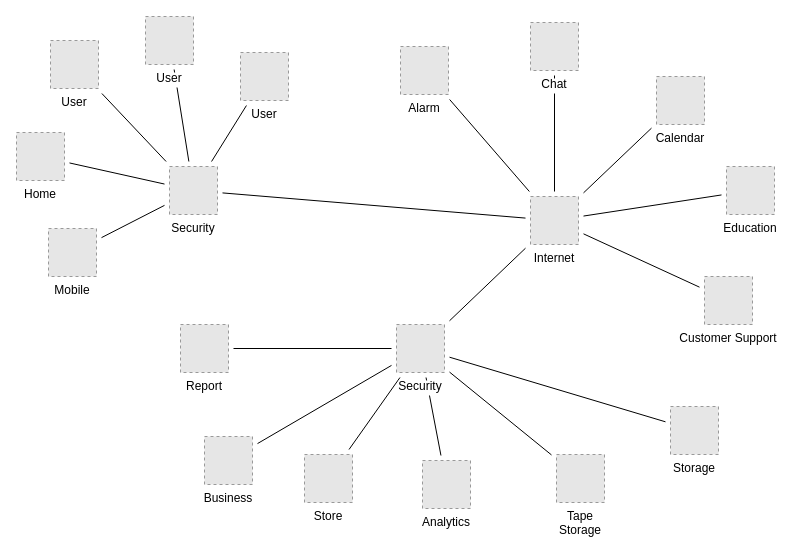
Earlier version of the draw.io diagram Diagrama sem nome.drawio (TrueFinal/topologies). Source tidied: cells renumbered, new cells numbered last; positions are measured from the earlier drawing's top-left corner, leaving out a move shared by most shapes. Both pictures are drawn from the tidied source at 100%, with x=0, y=0 at pixel (16, 16). Pictures stored in the file or linked from it are replaced by grey dashed boxes.
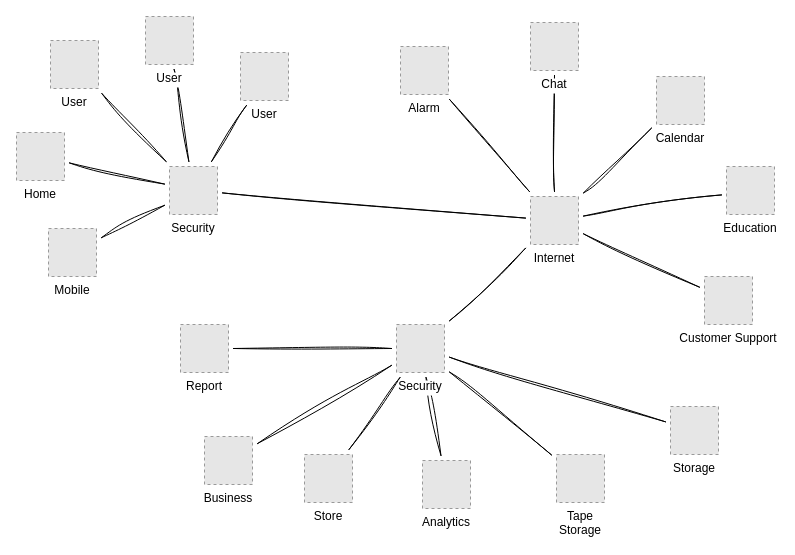
The same diagram, later.

Unchanged cells that the change refers to:
```xml
<mxCell id="20" value="Tape&#10;Storage" style="fillColor=#E6E6E6;strokeColor=#999999;dashed=1;verticalLabelPosition=bottom;verticalAlign=top;labelBackgroundColor=#ffffff;" parent="1" vertex="1">
  <mxGeometry x="540" y="438" width="48" height="48" as="geometry" />
</mxCell>
<mxCell id="21" value="Mobile" style="fillColor=#E6E6E6;strokeColor=#999999;dashed=1;verticalLabelPosition=bottom;verticalAlign=top;labelBackgroundColor=#ffffff;" parent="1" vertex="1">
  <mxGeometry x="32" y="212" width="48" height="48" as="geometry" />
</mxCell>
<mxCell id="22" value="Chat" style="fillColor=#E6E6E6;strokeColor=#999999;dashed=1;verticalLabelPosition=bottom;verticalAlign=top;labelBackgroundColor=#ffffff;" parent="1" vertex="1">
  <mxGeometry x="514" y="6" width="48" height="48" as="geometry" />
</mxCell>
<mxCell id="23" value="Customer Support" style="fillColor=#E6E6E6;strokeColor=#999999;dashed=1;verticalLabelPosition=bottom;verticalAlign=top;labelBackgroundColor=#ffffff;" parent="1" vertex="1">
  <mxGeometry x="688" y="260" width="48" height="48" as="geometry" />
</mxCell>
<mxCell id="24" value="Home" style="fillColor=#E6E6E6;strokeColor=#999999;dashed=1;verticalLabelPosition=bottom;verticalAlign=top;labelBackgroundColor=#ffffff;" parent="1" vertex="1">
  <mxGeometry y="116" width="48" height="48" as="geometry" />
</mxCell>
<mxCell id="25" value="Education" style="fillColor=#E6E6E6;strokeColor=#999999;dashed=1;verticalLabelPosition=bottom;verticalAlign=top;labelBackgroundColor=#ffffff;" parent="1" vertex="1">
  <mxGeometry x="710" y="150" width="48" height="48" as="geometry" />
</mxCell>
<mxCell id="26" value="Alarm" style="fillColor=#E6E6E6;strokeColor=#999999;dashed=1;verticalLabelPosition=bottom;verticalAlign=top;labelBackgroundColor=#ffffff;" parent="1" vertex="1">
  <mxGeometry x="384" y="30" width="48" height="48" as="geometry" />
</mxCell>
<mxCell id="27" value="Business" style="fillColor=#E6E6E6;strokeColor=#999999;dashed=1;verticalLabelPosition=bottom;verticalAlign=top;labelBackgroundColor=#ffffff;" parent="1" vertex="1">
  <mxGeometry x="188" y="420" width="48" height="48" as="geometry" />
</mxCell>
<mxCell id="28" value="Report" style="fillColor=#E6E6E6;strokeColor=#999999;dashed=1;verticalLabelPosition=bottom;verticalAlign=top;labelBackgroundColor=#ffffff;" parent="1" vertex="1">
  <mxGeometry x="164" y="308" width="48" height="48" as="geometry" />
</mxCell>
<mxCell id="29" value="Storage" style="fillColor=#E6E6E6;strokeColor=#999999;dashed=1;verticalLabelPosition=bottom;verticalAlign=top;labelBackgroundColor=#ffffff;" parent="1" vertex="1">
  <mxGeometry x="654" y="390" width="48" height="48" as="geometry" />
</mxCell>
<mxCell id="30" value="Internet" style="fillColor=#E6E6E6;strokeColor=#999999;dashed=1;verticalLabelPosition=bottom;verticalAlign=top;labelBackgroundColor=#ffffff;" parent="1" vertex="1">
  <mxGeometry x="514" y="180" width="48" height="48" as="geometry" />
</mxCell>
<mxCell id="31" value="Security" style="fillColor=#E6E6E6;strokeColor=#999999;dashed=1;verticalLabelPosition=bottom;verticalAlign=top;labelBackgroundColor=#ffffff;" parent="1" vertex="1">
  <mxGeometry x="153" y="150" width="48" height="48" as="geometry" />
</mxCell>
<mxCell id="32" value="Calendar" style="fillColor=#E6E6E6;strokeColor=#999999;dashed=1;verticalLabelPosition=bottom;verticalAlign=top;labelBackgroundColor=#ffffff;" parent="1" vertex="1">
  <mxGeometry x="640" y="60" width="48" height="48" as="geometry" />
</mxCell>
<mxCell id="33" value="Analytics" style="fillColor=#E6E6E6;strokeColor=#999999;dashed=1;verticalLabelPosition=bottom;verticalAlign=top;labelBackgroundColor=#ffffff;" parent="1" vertex="1">
  <mxGeometry x="406" y="444" width="48" height="48" as="geometry" />
</mxCell>
<mxCell id="34" value="Store" style="fillColor=#E6E6E6;strokeColor=#999999;dashed=1;verticalLabelPosition=bottom;verticalAlign=top;labelBackgroundColor=#ffffff;" parent="1" vertex="1">
  <mxGeometry x="288" y="438" width="48" height="48" as="geometry" />
</mxCell>
<mxCell id="35" value="User" style="fillColor=#E6E6E6;strokeColor=#999999;dashed=1;verticalLabelPosition=bottom;verticalAlign=top;labelBackgroundColor=#ffffff;" parent="1" vertex="1">
  <mxGeometry x="34" y="24" width="48" height="48" as="geometry" />
</mxCell>
<mxCell id="36" value="User" style="fillColor=#E6E6E6;strokeColor=#999999;dashed=1;verticalLabelPosition=bottom;verticalAlign=top;labelBackgroundColor=#ffffff;" parent="1" vertex="1">
  <mxGeometry x="224" y="36" width="48" height="48" as="geometry" />
</mxCell>
<mxCell id="37" value="User" style="fillColor=#E6E6E6;strokeColor=#999999;dashed=1;verticalLabelPosition=bottom;verticalAlign=top;labelBackgroundColor=#ffffff;" parent="1" vertex="1">
  <mxGeometry x="129" width="48" height="48" as="geometry" />
</mxCell>
<mxCell id="38" value="Security" style="fillColor=#E6E6E6;strokeColor=#999999;dashed=1;verticalLabelPosition=bottom;verticalAlign=top;labelBackgroundColor=#ffffff;" parent="1" vertex="1">
  <mxGeometry x="380" y="308" width="48" height="48" as="geometry" />
</mxCell>
```

Diff of the diagram source:
```diff
@@
-    <mxCell id="2" style="edgeStyle=none;rounded=0;jettySize=auto;html=1;sourcePerimeterSpacing=5;endArrow=none;endFill=0;targetPerimeterSpacing=5;" parent="1" edge="1" source="21" target="31">
+    <mxCell id="2" style="edgeStyle=none;rounded=0;jettySize=auto;html=1;sourcePerimeterSpacing=5;endArrow=none;endFill=0;targetPerimeterSpacing=5;sketch=1;curveFitting=1;jiggle=2;" parent="1" edge="1" source="21" target="31">
       <mxGeometry relative="1" as="geometry" />
     </mxCell>
-    <mxCell id="3" style="edgeStyle=none;rounded=0;jettySize=auto;html=1;sourcePerimeterSpacing=5;endArrow=none;endFill=0;targetPerimeterSpacing=5;" parent="1" edge="1" source="24" target="31">
+    <mxCell id="3" style="edgeStyle=none;rounded=0;jettySize=auto;html=1;sourcePerimeterSpacing=5;endArrow=none;endFill=0;targetPerimeterSpacing=5;sketch=1;curveFitting=1;jiggle=2;" parent="1" edge="1" source="24" target="31">
       <mxGeometry relative="1" as="geometry" />
     </mxCell>
-    <mxCell id="4" style="edgeStyle=none;rounded=0;jettySize=auto;html=1;sourcePerimeterSpacing=5;endArrow=none;endFill=0;targetPerimeterSpacing=5;" parent="1" edge="1" source="30" target="26">
+    <mxCell id="4" style="edgeStyle=none;rounded=0;jettySize=auto;html=1;sourcePerimeterSpacing=5;endArrow=none;endFill=0;targetPerimeterSpacing=5;sketch=1;curveFitting=1;jiggle=2;" parent="1" edge="1" source="30" target="26">
       <mxGeometry relative="1" as="geometry" />
     </mxCell>
-    <mxCell id="5" style="edgeStyle=none;rounded=0;jettySize=auto;html=1;sourcePerimeterSpacing=5;endArrow=none;endFill=0;targetPerimeterSpacing=5;" parent="1" edge="1" source="30" target="22">
+    <mxCell id="5" style="edgeStyle=none;rounded=0;jettySize=auto;html=1;sourcePerimeterSpacing=5;endArrow=none;endFill=0;targetPerimeterSpacing=5;sketch=1;curveFitting=1;jiggle=2;" parent="1" edge="1" source="30" target="22">
       <mxGeometry relative="1" as="geometry" />
     </mxCell>
-    <mxCell id="6" style="edgeStyle=none;rounded=0;jettySize=auto;html=1;sourcePerimeterSpacing=5;endArrow=none;endFill=0;targetPerimeterSpacing=5;" parent="1" edge="1" source="30" target="32">
+    <mxCell id="6" style="edgeStyle=none;rounded=0;jettySize=auto;html=1;sourcePerimeterSpacing=5;endArrow=none;endFill=0;targetPerimeterSpacing=5;sketch=1;curveFitting=1;jiggle=2;" parent="1" edge="1" source="30" target="32">
       <mxGeometry relative="1" as="geometry" />
     </mxCell>
-    <mxCell id="7" style="edgeStyle=none;rounded=0;jettySize=auto;html=1;sourcePerimeterSpacing=5;endArrow=none;endFill=0;targetPerimeterSpacing=5;" parent="1" edge="1" source="30" target="25">
+    <mxCell id="7" style="edgeStyle=none;rounded=0;jettySize=auto;html=1;sourcePerimeterSpacing=5;endArrow=none;endFill=0;targetPerimeterSpacing=5;sketch=1;curveFitting=1;jiggle=2;" parent="1" edge="1" source="30" target="25">
       <mxGeometry relative="1" as="geometry" />
     </mxCell>
-    <mxCell id="8" style="edgeStyle=none;rounded=0;jettySize=auto;html=1;sourcePerimeterSpacing=5;endArrow=none;endFill=0;targetPerimeterSpacing=5;" parent="1" edge="1" source="30" target="23">
+    <mxCell id="8" style="edgeStyle=none;rounded=0;jettySize=auto;html=1;sourcePerimeterSpacing=5;endArrow=none;endFill=0;targetPerimeterSpacing=5;sketch=1;curveFitting=1;jiggle=2;" parent="1" edge="1" source="30" target="23">
       <mxGeometry relative="1" as="geometry" />
     </mxCell>
-    <mxCell id="9" style="edgeStyle=none;rounded=0;jettySize=auto;html=1;sourcePerimeterSpacing=5;endArrow=none;endFill=0;targetPerimeterSpacing=5;" parent="1" edge="1" source="30" target="38">
+    <mxCell id="9" style="edgeStyle=none;rounded=0;jettySize=auto;html=1;sourcePerimeterSpacing=5;endArrow=none;endFill=0;targetPerimeterSpacing=5;sketch=1;curveFitting=1;jiggle=2;" parent="1" edge="1" source="30" target="38">
       <mxGeometry relative="1" as="geometry" />
     </mxCell>
-    <mxCell id="10" style="edgeStyle=none;rounded=0;jettySize=auto;html=1;sourcePerimeterSpacing=5;endArrow=none;endFill=0;targetPerimeterSpacing=5;" parent="1" edge="1" source="31" target="30">
+    <mxCell id="10" style="edgeStyle=none;rounded=0;jettySize=auto;html=1;sourcePerimeterSpacing=5;endArrow=none;endFill=0;targetPerimeterSpacing=5;sketch=1;curveFitting=1;jiggle=2;" parent="1" edge="1" source="31" target="30">
       <mxGeometry relative="1" as="geometry" />
     </mxCell>
-    <mxCell id="11" style="edgeStyle=none;rounded=0;jettySize=auto;html=1;sourcePerimeterSpacing=5;endArrow=none;endFill=0;targetPerimeterSpacing=5;" parent="1" edge="1" source="35" target="31">
+    <mxCell id="11" style="edgeStyle=none;rounded=0;jettySize=auto;html=1;sourcePerimeterSpacing=5;endArrow=none;endFill=0;targetPerimeterSpacing=5;sketch=1;curveFitting=1;jiggle=2;" parent="1" edge="1" source="35" target="31">
       <mxGeometry relative="1" as="geometry" />
     </mxCell>
-    <mxCell id="12" style="rounded=0;jettySize=auto;html=1;endArrow=none;endFill=0;sourcePerimeterSpacing=5;targetPerimeterSpacing=5;" parent="1" edge="1" source="36" target="31">
+    <mxCell id="12" style="rounded=0;jettySize=auto;html=1;endArrow=none;endFill=0;sourcePerimeterSpacing=5;targetPerimeterSpacing=5;sketch=1;curveFitting=1;jiggle=2;" parent="1" edge="1" source="36" target="31">
       <mxGeometry relative="1" as="geometry" />
     </mxCell>
-    <mxCell id="13" style="edgeStyle=none;rounded=0;jettySize=auto;html=1;sourcePerimeterSpacing=5;endArrow=none;endFill=0;targetPerimeterSpacing=5;" parent="1" edge="1" source="37" target="31">
+    <mxCell id="13" style="edgeStyle=none;rounded=0;jettySize=auto;html=1;sourcePerimeterSpacing=5;endArrow=none;endFill=0;targetPerimeterSpacing=5;sketch=1;curveFitting=1;jiggle=2;" parent="1" edge="1" source="37" target="31">
       <mxGeometry relative="1" as="geometry" />
     </mxCell>
-    <mxCell id="14" style="edgeStyle=none;rounded=0;jettySize=auto;html=1;sourcePerimeterSpacing=5;endArrow=none;endFill=0;targetPerimeterSpacing=5;" parent="1" edge="1" source="38" target="28">
+    <mxCell id="14" style="edgeStyle=none;rounded=0;jettySize=auto;html=1;sourcePerimeterSpacing=5;endArrow=none;endFill=0;targetPerimeterSpacing=5;sketch=1;curveFitting=1;jiggle=2;" parent="1" edge="1" source="38" target="28">
       <mxGeometry relative="1" as="geometry" />
     </mxCell>
-    <mxCell id="15" style="edgeStyle=none;rounded=0;jettySize=auto;html=1;sourcePerimeterSpacing=5;endArrow=none;endFill=0;targetPerimeterSpacing=5;" parent="1" edge="1" source="38" target="27">
+    <mxCell id="15" style="edgeStyle=none;rounded=0;jettySize=auto;html=1;sourcePerimeterSpacing=5;endArrow=none;endFill=0;targetPerimeterSpacing=5;sketch=1;curveFitting=1;jiggle=2;" parent="1" edge="1" source="38" target="27">
       <mxGeometry relative="1" as="geometry" />
     </mxCell>
-    <mxCell id="16" style="edgeStyle=none;rounded=0;jettySize=auto;html=1;sourcePerimeterSpacing=5;endArrow=none;endFill=0;targetPerimeterSpacing=5;" parent="1" edge="1" source="38" target="34">
+    <mxCell id="16" style="edgeStyle=none;rounded=0;jettySize=auto;html=1;sourcePerimeterSpacing=5;endArrow=none;endFill=0;targetPerimeterSpacing=5;sketch=1;curveFitting=1;jiggle=2;" parent="1" edge="1" source="38" target="34">
       <mxGeometry relative="1" as="geometry" />
     </mxCell>
-    <mxCell id="17" style="edgeStyle=none;rounded=0;jettySize=auto;html=1;sourcePerimeterSpacing=5;endArrow=none;endFill=0;targetPerimeterSpacing=5;" parent="1" edge="1" source="38" target="33">
+    <mxCell id="17" style="edgeStyle=none;rounded=0;jettySize=auto;html=1;sourcePerimeterSpacing=5;endArrow=none;endFill=0;targetPerimeterSpacing=5;sketch=1;curveFitting=1;jiggle=2;" parent="1" edge="1" source="38" target="33">
       <mxGeometry relative="1" as="geometry" />
     </mxCell>
-    <mxCell id="18" style="edgeStyle=none;rounded=0;jettySize=auto;html=1;sourcePerimeterSpacing=5;endArrow=none;endFill=0;targetPerimeterSpacing=5;" parent="1" edge="1" source="38" target="20">
+    <mxCell id="18" style="edgeStyle=none;rounded=0;jettySize=auto;html=1;sourcePerimeterSpacing=5;endArrow=none;endFill=0;targetPerimeterSpacing=5;sketch=1;curveFitting=1;jiggle=2;" parent="1" edge="1" source="38" target="20">
       <mxGeometry relative="1" as="geometry" />
     </mxCell>
-    <mxCell id="19" style="edgeStyle=none;rounded=0;jettySize=auto;html=1;sourcePerimeterSpacing=5;endArrow=none;endFill=0;targetPerimeterSpacing=5;" parent="1" edge="1" source="38" target="29">
+    <mxCell id="19" style="edgeStyle=none;rounded=0;jettySize=auto;html=1;sourcePerimeterSpacing=5;endArrow=none;endFill=0;targetPerimeterSpacing=5;sketch=1;curveFitting=1;jiggle=2;" parent="1" edge="1" source="38" target="29">
       <mxGeometry relative="1" as="geometry" />
     </mxCell>
```
